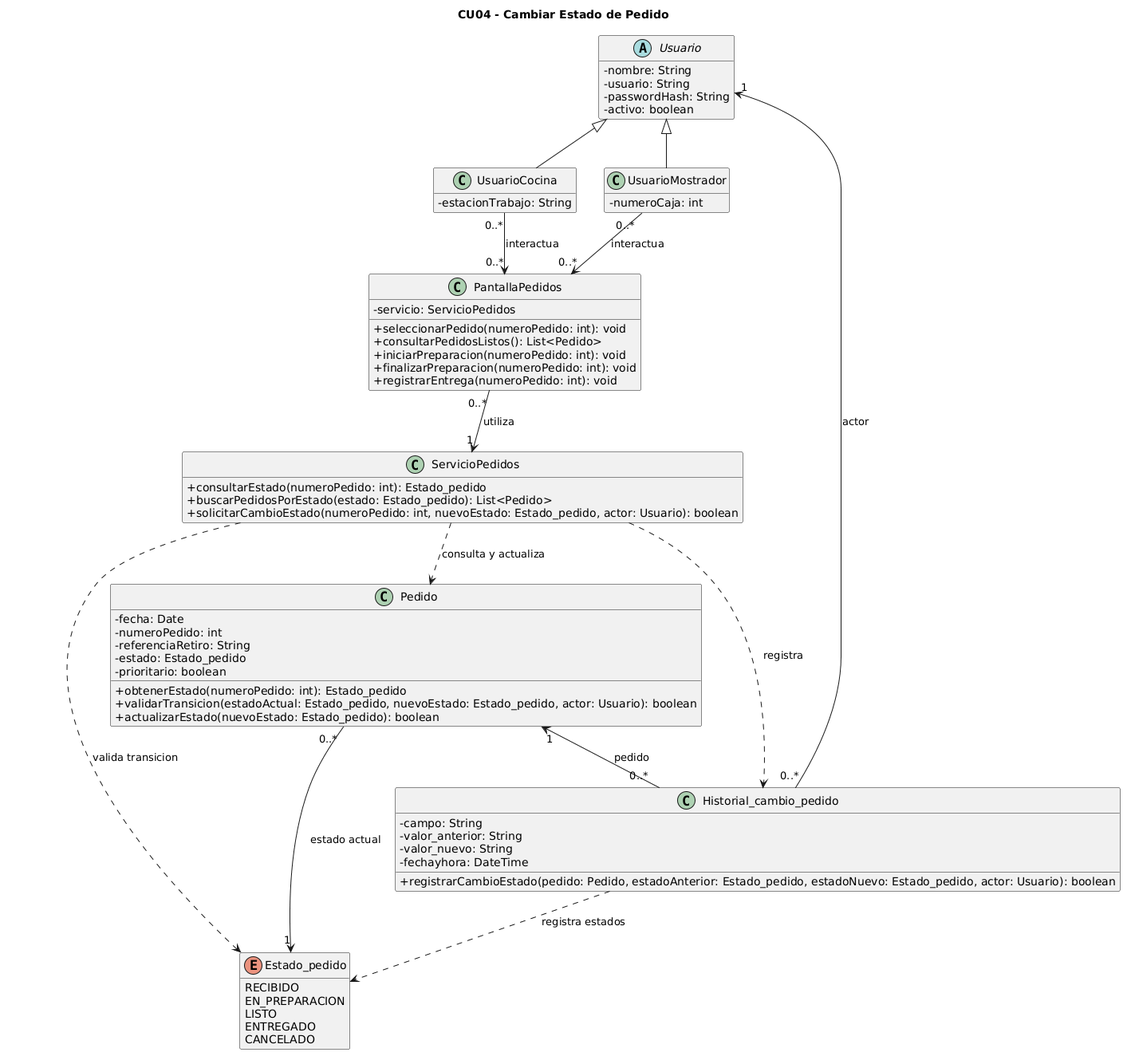
Before: diagramas/01-diagrama-clases/04-clases-cambiar-estado-pedido-04.png, a diagram exported from PlantUML (eloeyhe/SistemaPedidos). Source of this version:
```plantuml
@startuml
title CU04 - Cambiar Estado de Pedido
skinparam classAttributeIconSize 0
hide empty members

abstract class Usuario {
  - nombre: String
  - usuario: String
  - passwordHash: String
  - activo: boolean
}

class UsuarioCocina {
  - estacionTrabajo: String
}

class UsuarioMostrador {
  - numeroCaja: int
}

class PantallaPedidos {
  - servicio: ServicioPedidos
  + seleccionarPedido(numeroPedido: int): void
  + consultarPedidosListos(): List<Pedido>
  + iniciarPreparacion(numeroPedido: int): void
  + finalizarPreparacion(numeroPedido: int): void
  + registrarEntrega(numeroPedido: int): void
}

class ServicioPedidos {
  + consultarEstado(numeroPedido: int): Estado_pedido
  + buscarPedidosPorEstado(estado: Estado_pedido): List<Pedido>
  + solicitarCambioEstado(numeroPedido: int, nuevoEstado: Estado_pedido, actor: Usuario): boolean
}

class Pedido {
  - fecha: Date
  - numeroPedido: int
  - referenciaRetiro: String
  - estado: Estado_pedido
  - prioritario: boolean
  + obtenerEstado(numeroPedido: int): Estado_pedido
  + validarTransicion(estadoActual: Estado_pedido, nuevoEstado: Estado_pedido, actor: Usuario): boolean
  + actualizarEstado(nuevoEstado: Estado_pedido): boolean
}

class Historial_cambio_pedido {
  - campo: String
  - valor_anterior: String
  - valor_nuevo: String
  - fechayhora: DateTime
  + registrarCambioEstado(pedido: Pedido, estadoAnterior: Estado_pedido, estadoNuevo: Estado_pedido, actor: Usuario): boolean
}

enum Estado_pedido {
  RECIBIDO
  EN_PREPARACION
  LISTO
  ENTREGADO
  CANCELADO
}

Usuario <|-- UsuarioCocina
Usuario <|-- UsuarioMostrador

UsuarioCocina "0..*" --> "0..*" PantallaPedidos : interactua
UsuarioMostrador "0..*" --> "0..*" PantallaPedidos : interactua

PantallaPedidos "0..*" --> "1" ServicioPedidos : utiliza
ServicioPedidos ..> Pedido : consulta y actualiza
ServicioPedidos ..> Historial_cambio_pedido : registra

Pedido "0..*" --> "1" Estado_pedido : estado actual
Pedido "1" <-- "0..*" Historial_cambio_pedido : pedido
Historial_cambio_pedido "0..*" --> "1" Usuario : actor

ServicioPedidos ..> Estado_pedido : valida transicion
Historial_cambio_pedido ..> Estado_pedido : registra estados
@enduml
```
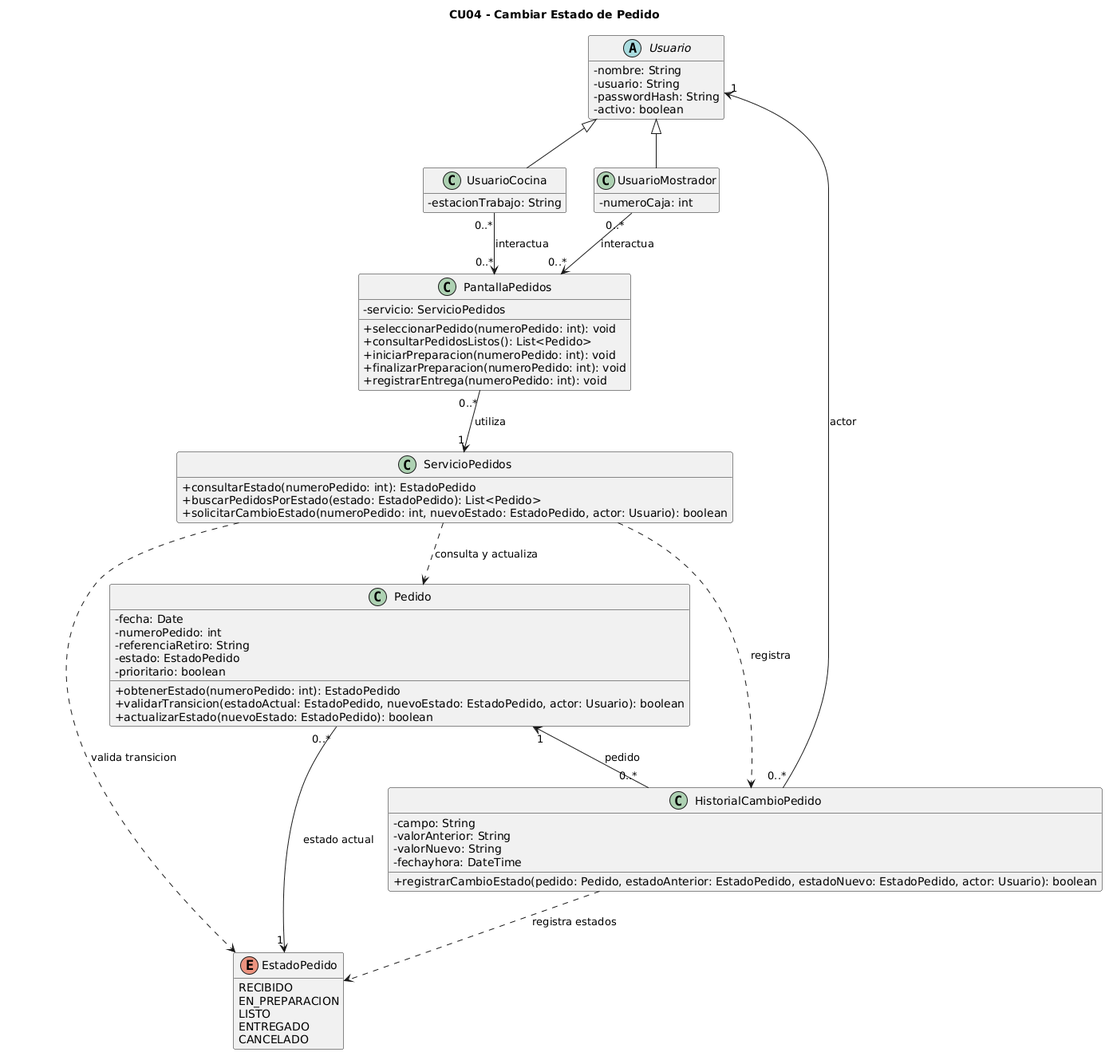
The same diagram one commit later.

Diff of the diagram source:
```diff
@@ -28,31 +28,31 @@
 }
 
 class ServicioPedidos {
-  + consultarEstado(numeroPedido: int): Estado_pedido
-  + buscarPedidosPorEstado(estado: Estado_pedido): List<Pedido>
-  + solicitarCambioEstado(numeroPedido: int, nuevoEstado: Estado_pedido, actor: Usuario): boolean
+  + consultarEstado(numeroPedido: int): EstadoPedido
+  + buscarPedidosPorEstado(estado: EstadoPedido): List<Pedido>
+  + solicitarCambioEstado(numeroPedido: int, nuevoEstado: EstadoPedido, actor: Usuario): boolean
 }
 
 class Pedido {
   - fecha: Date
   - numeroPedido: int
   - referenciaRetiro: String
-  - estado: Estado_pedido
+  - estado: EstadoPedido
   - prioritario: boolean
-  + obtenerEstado(numeroPedido: int): Estado_pedido
-  + validarTransicion(estadoActual: Estado_pedido, nuevoEstado: Estado_pedido, actor: Usuario): boolean
-  + actualizarEstado(nuevoEstado: Estado_pedido): boolean
+  + obtenerEstado(numeroPedido: int): EstadoPedido
+  + validarTransicion(estadoActual: EstadoPedido, nuevoEstado: EstadoPedido, actor: Usuario): boolean
+  + actualizarEstado(nuevoEstado: EstadoPedido): boolean
 }
 
-class Historial_cambio_pedido {
+class HistorialCambioPedido {
   - campo: String
-  - valor_anterior: String
-  - valor_nuevo: String
+  - valorAnterior: String
+  - valorNuevo: String
   - fechayhora: DateTime
-  + registrarCambioEstado(pedido: Pedido, estadoAnterior: Estado_pedido, estadoNuevo: Estado_pedido, actor: Usuario): boolean
+  + registrarCambioEstado(pedido: Pedido, estadoAnterior: EstadoPedido, estadoNuevo: EstadoPedido, actor: Usuario): boolean
 }
 
-enum Estado_pedido {
+enum EstadoPedido {
   RECIBIDO
   EN_PREPARACION
   LISTO
@@ -68,12 +68,12 @@
 
 PantallaPedidos "0..*" --> "1" ServicioPedidos : utiliza
 ServicioPedidos ..> Pedido : consulta y actualiza
-ServicioPedidos ..> Historial_cambio_pedido : registra
+ServicioPedidos ..> HistorialCambioPedido : registra
 
-Pedido "0..*" --> "1" Estado_pedido : estado actual
-Pedido "1" <-- "0..*" Historial_cambio_pedido : pedido
-Historial_cambio_pedido "0..*" --> "1" Usuario : actor
+Pedido "0..*" --> "1" EstadoPedido : estado actual
+Pedido "1" <-- "0..*" HistorialCambioPedido : pedido
+HistorialCambioPedido "0..*" --> "1" Usuario : actor
 
-ServicioPedidos ..> Estado_pedido : valida transicion
-Historial_cambio_pedido ..> Estado_pedido : registra estados
+ServicioPedidos ..> EstadoPedido : valida transicion
+HistorialCambioPedido ..> EstadoPedido : registra estados
 @enduml
```
